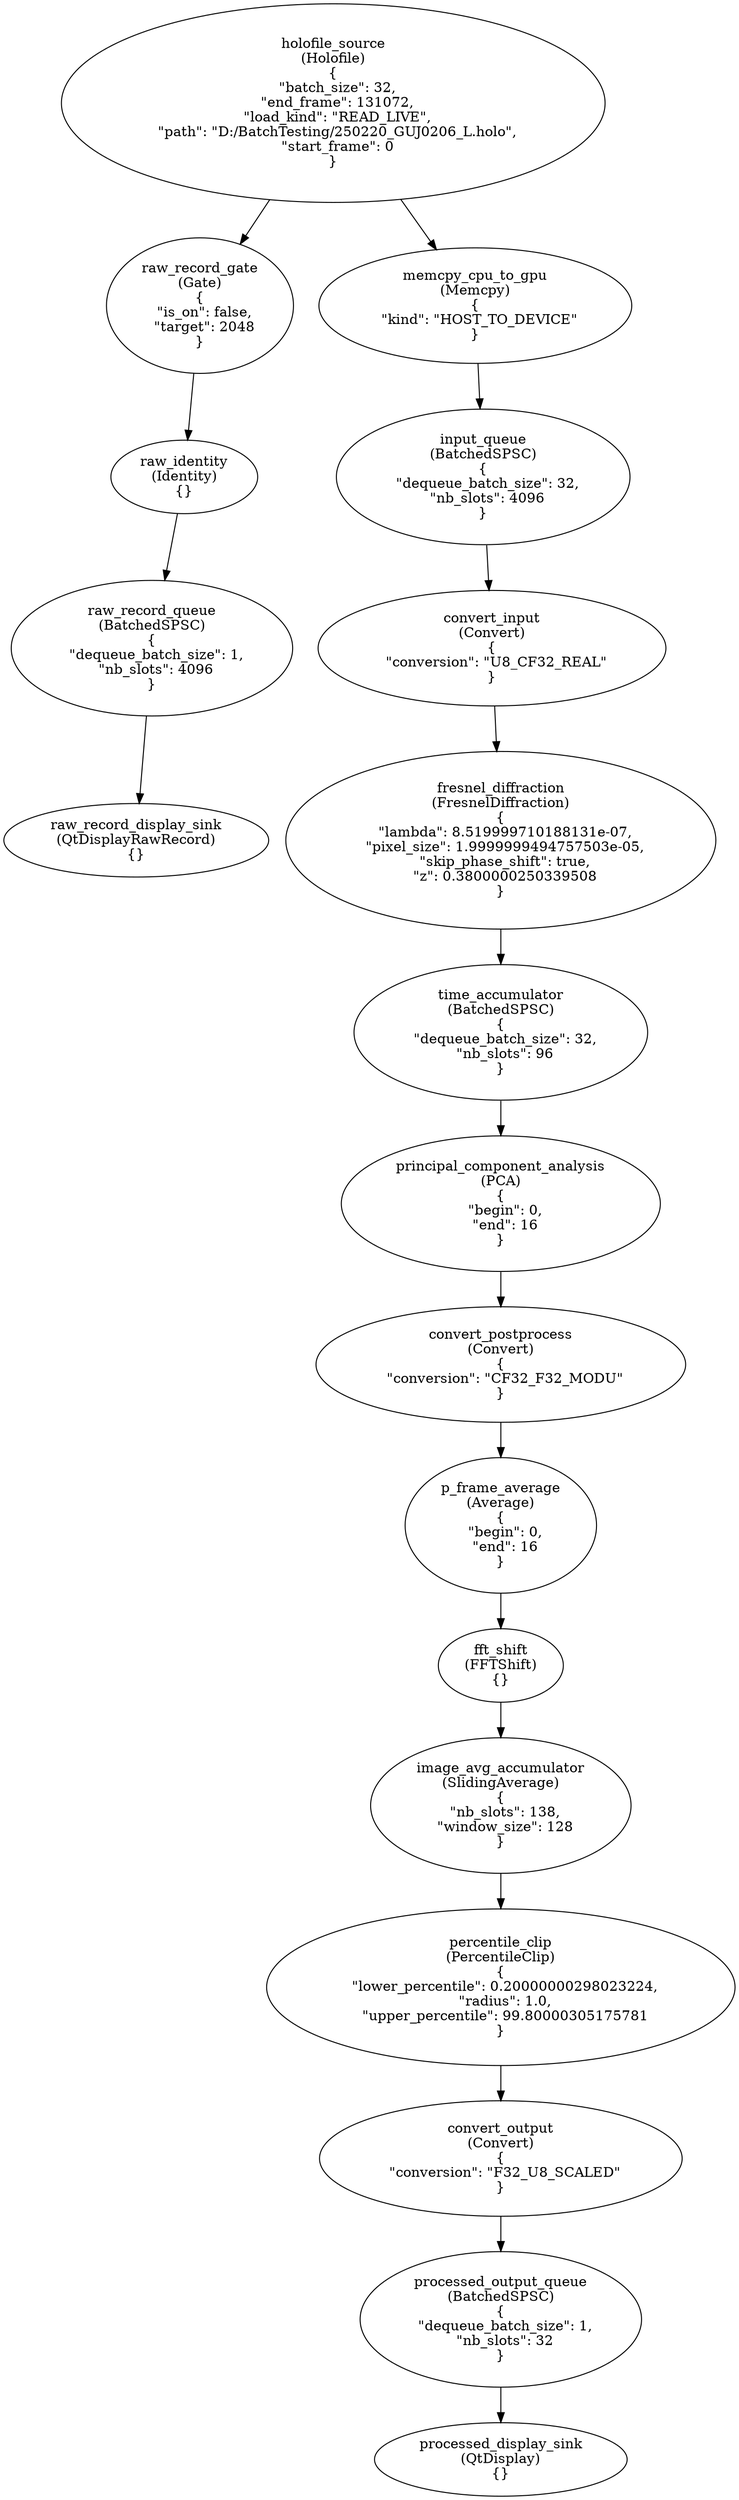
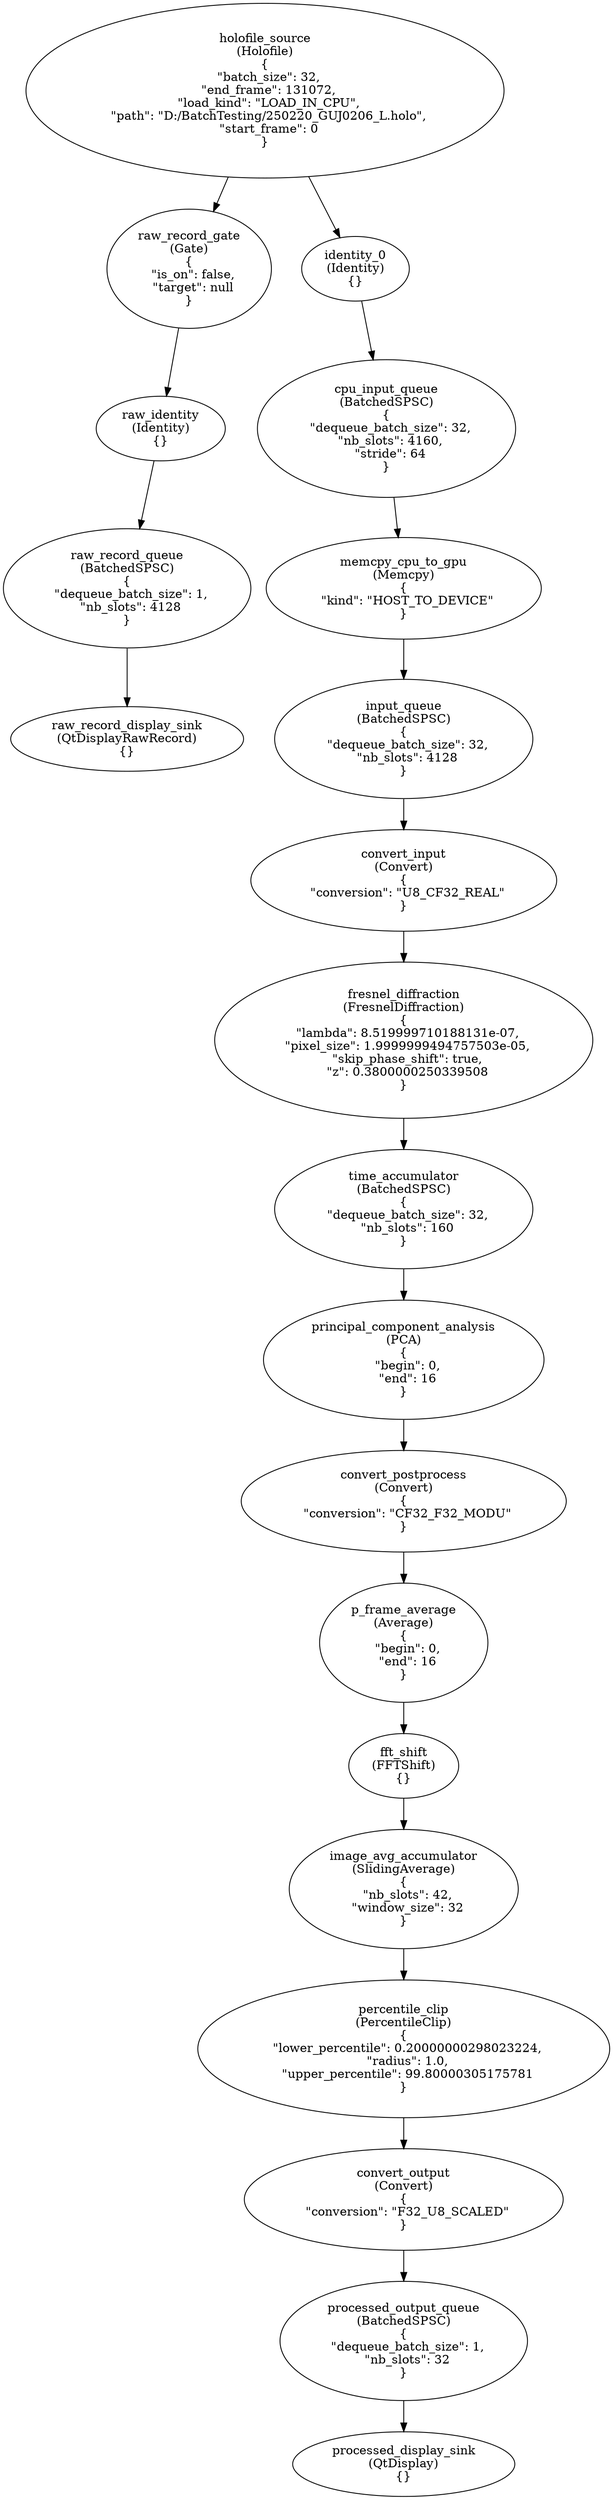
digraph G {
0[label="holofile_source\n(Holofile)\n{
  \"batch_size\": 32,
  \"end_frame\": 131072,
-   \"load_kind\": \"READ_LIVE\",
+   \"load_kind\": \"LOAD_IN_CPU\",
  \"path\": \"D:/BatchTesting/250220_GUJ0206_L.holo\",
  \"start_frame\": 0
}"];
1[label="raw_record_gate\n(Gate)\n{
  \"is_on\": false,
-   \"target\": 2048
+   \"target\": null
}"];
2[label="raw_identity\n(Identity)\n{}"];
3[label="raw_record_queue\n(BatchedSPSC)\n{
  \"dequeue_batch_size\": 1,
-   \"nb_slots\": 4096
+   \"nb_slots\": 4128
}"];
4[label="raw_record_display_sink\n(QtDisplayRawRecord)\n{}"];
- 5[label="memcpy_cpu_to_gpu\n(Memcpy)\n{
+ 5[label="identity_0\n(Identity)\n{}"];
+ 6[label="cpu_input_queue\n(BatchedSPSC)\n{
+   \"dequeue_batch_size\": 32,
+   \"nb_slots\": 4160,
+   \"stride\": 64
+ }"];
+ 7[label="memcpy_cpu_to_gpu\n(Memcpy)\n{
  \"kind\": \"HOST_TO_DEVICE\"
}"];
- 6[label="input_queue\n(BatchedSPSC)\n{
+ 8[label="input_queue\n(BatchedSPSC)\n{
  \"dequeue_batch_size\": 32,
-   \"nb_slots\": 4096
+   \"nb_slots\": 4128
}"];
- 7[label="convert_input\n(Convert)\n{
+ 9[label="convert_input\n(Convert)\n{
  \"conversion\": \"U8_CF32_REAL\"
}"];
- 8[label="fresnel_diffraction\n(FresnelDiffraction)\n{
+ 10[label="fresnel_diffraction\n(FresnelDiffraction)\n{
  \"lambda\": 8.519999710188131e-07,
  \"pixel_size\": 1.9999999494757503e-05,
  \"skip_phase_shift\": true,
  \"z\": 0.3800000250339508
}"];
- 9[label="time_accumulator\n(BatchedSPSC)\n{
+ 11[label="time_accumulator\n(BatchedSPSC)\n{
  \"dequeue_batch_size\": 32,
-   \"nb_slots\": 96
+   \"nb_slots\": 160
}"];
- 10[label="principal_component_analysis\n(PCA)\n{
+ 12[label="principal_component_analysis\n(PCA)\n{
  \"begin\": 0,
  \"end\": 16
}"];
- 11[label="convert_postprocess\n(Convert)\n{
+ 13[label="convert_postprocess\n(Convert)\n{
  \"conversion\": \"CF32_F32_MODU\"
}"];
- 12[label="p_frame_average\n(Average)\n{
+ 14[label="p_frame_average\n(Average)\n{
  \"begin\": 0,
  \"end\": 16
}"];
- 13[label="fft_shift\n(FFTShift)\n{}"];
- 14[label="image_avg_accumulator\n(SlidingAverage)\n{
-   \"nb_slots\": 138,
-   \"window_size\": 128
+ 15[label="fft_shift\n(FFTShift)\n{}"];
+ 16[label="image_avg_accumulator\n(SlidingAverage)\n{
+   \"nb_slots\": 42,
+   \"window_size\": 32
}"];
- 15[label="percentile_clip\n(PercentileClip)\n{
+ 17[label="percentile_clip\n(PercentileClip)\n{
  \"lower_percentile\": 0.20000000298023224,
  \"radius\": 1.0,
  \"upper_percentile\": 99.80000305175781
}"];
- 16[label="convert_output\n(Convert)\n{
+ 18[label="convert_output\n(Convert)\n{
  \"conversion\": \"F32_U8_SCALED\"
}"];
- 17[label="processed_output_queue\n(BatchedSPSC)\n{
+ 19[label="processed_output_queue\n(BatchedSPSC)\n{
  \"dequeue_batch_size\": 1,
  \"nb_slots\": 32
}"];
- 18[label="processed_display_sink\n(QtDisplay)\n{}"];
+ 20[label="processed_display_sink\n(QtDisplay)\n{}"];
0->1 ;
0->5 ;
1->2 ;
2->3 ;
3->4 ;
5->6 ;
6->7 ;
7->8 ;
8->9 ;
9->10 ;
10->11 ;
11->12 ;
12->13 ;
13->14 ;
14->15 ;
15->16 ;
16->17 ;
17->18 ;
+ 18->19 ;
+ 19->20 ;
}
